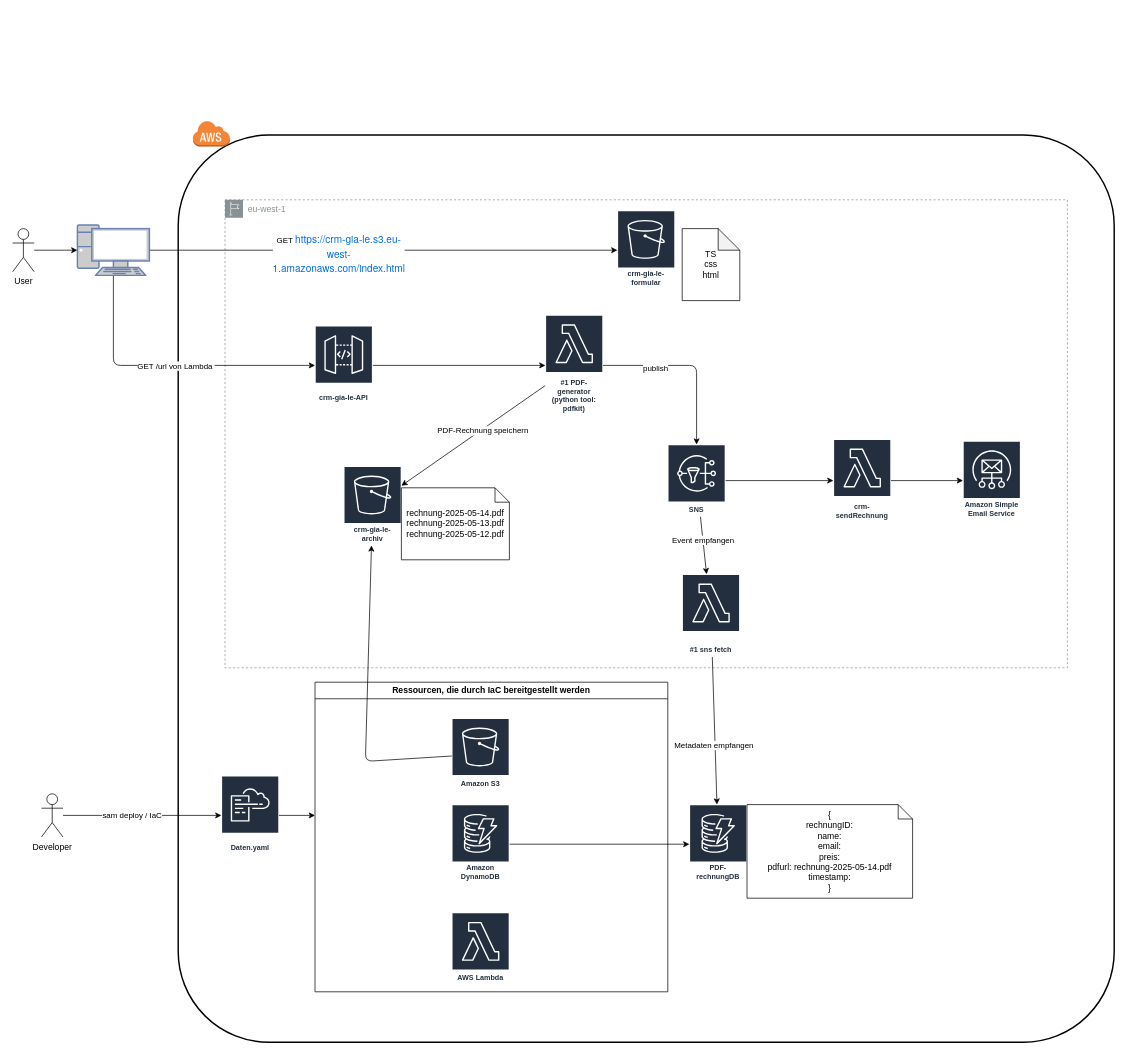
LeGia179/AWS_CRM keeps this draw.io diagram as crm-gia-le.drawio. Above is the earlier version. Source tidied: cells renumbered, new cells numbered last; positions are measured from the earlier drawing's top-left corner, leaving out a move shared by most shapes. Both pictures are drawn from the tidied source at 72%, with x=0, y=0 at pixel (12, 120).
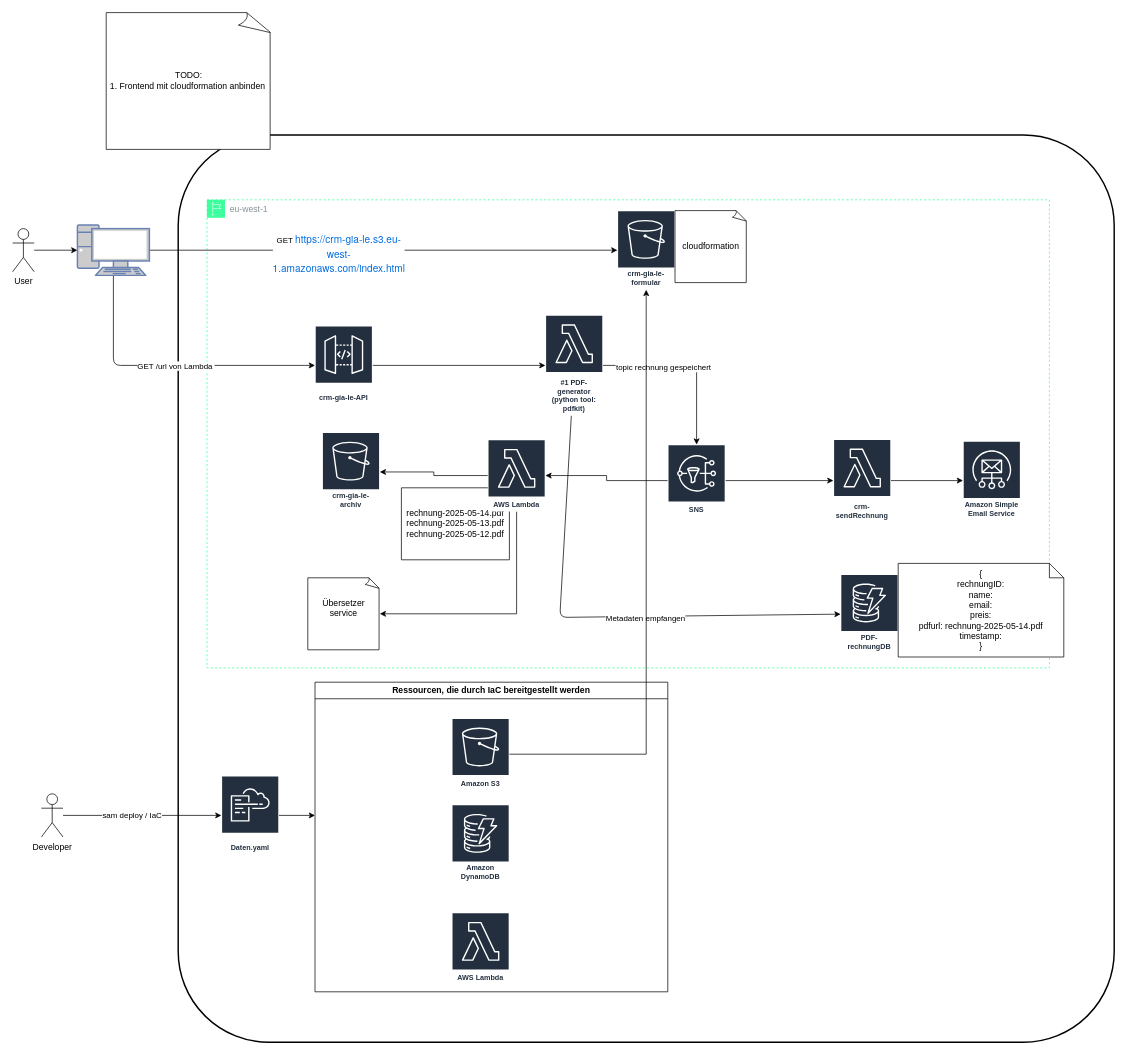
The same page after the edit.

Commit message (it also covers changes not shown here):
C&P yaml-datei hochladen und draw.io update

The change refers to these unchanged cells:
```xml
<mxCell id="7" value="crm-gia-le-formular" style="sketch=0;outlineConnect=0;fontColor=#232F3E;gradientColor=none;strokeColor=#ffffff;fillColor=#232F3E;dashed=0;verticalLabelPosition=middle;verticalAlign=bottom;align=center;html=1;whiteSpace=wrap;fontSize=10;fontStyle=1;spacing=3;shape=mxgraph.aws4.productIcon;prIcon=mxgraph.aws4.s3;" parent="1" vertex="1">
  <mxGeometry x="840" y="125" width="80" height="110" as="geometry" />
</mxCell>
<mxCell id="12" value="#1 PDF-generator (python tool: pdfkit)" style="sketch=0;outlineConnect=0;fontColor=#232F3E;gradientColor=none;strokeColor=#ffffff;fillColor=#232F3E;dashed=0;verticalLabelPosition=middle;verticalAlign=bottom;align=center;html=1;whiteSpace=wrap;fontSize=10;fontStyle=1;spacing=3;shape=mxgraph.aws4.productIcon;prIcon=mxgraph.aws4.lambda;" parent="1" vertex="1">
  <mxGeometry x="740" y="270" width="80" height="140" as="geometry" />
</mxCell>
<mxCell id="19" value="SNS" style="sketch=0;outlineConnect=0;fontColor=#232F3E;gradientColor=none;strokeColor=#ffffff;fillColor=#232F3E;dashed=0;verticalLabelPosition=middle;verticalAlign=bottom;align=center;html=1;whiteSpace=wrap;fontSize=10;fontStyle=1;spacing=3;shape=mxgraph.aws4.productIcon;prIcon=mxgraph.aws4.sns;" parent="1" vertex="1">
  <mxGeometry x="910" y="450" width="80" height="100" as="geometry" />
</mxCell>
<mxCell id="21" value="crm-sendRechnung" style="sketch=0;outlineConnect=0;fontColor=#232F3E;gradientColor=none;strokeColor=#ffffff;fillColor=#232F3E;dashed=0;verticalLabelPosition=middle;verticalAlign=bottom;align=center;html=1;whiteSpace=wrap;fontSize=10;fontStyle=1;spacing=3;shape=mxgraph.aws4.productIcon;prIcon=mxgraph.aws4.lambda;" parent="1" vertex="1">
  <mxGeometry x="1140" y="442.5" width="80" height="115" as="geometry" />
</mxCell>
<mxCell id="39" value="Amazon S3" style="sketch=0;outlineConnect=0;fontColor=#232F3E;gradientColor=none;strokeColor=#ffffff;fillColor=#232F3E;dashed=0;verticalLabelPosition=middle;verticalAlign=bottom;align=center;html=1;whiteSpace=wrap;fontSize=10;fontStyle=1;spacing=3;shape=mxgraph.aws4.productIcon;prIcon=mxgraph.aws4.s3;" parent="38" vertex="1">
  <mxGeometry x="190" y="50" width="80" height="100" as="geometry" />
</mxCell>
<mxCell id="41" value="Amazon DynamoDB" style="sketch=0;outlineConnect=0;fontColor=#232F3E;gradientColor=none;strokeColor=#ffffff;fillColor=#232F3E;dashed=0;verticalLabelPosition=middle;verticalAlign=bottom;align=center;html=1;whiteSpace=wrap;fontSize=10;fontStyle=1;spacing=3;shape=mxgraph.aws4.productIcon;prIcon=mxgraph.aws4.dynamodb;" parent="38" vertex="1">
  <mxGeometry x="190" y="170" width="80" height="110" as="geometry" />
</mxCell>
```

Change to the diagram source:
```diff
@@
-    <mxCell id="6" value="eu-west-1" style="sketch=0;gradientColor=none;html=1;whiteSpace=wrap;fontSize=12;fontStyle=0;shape=mxgraph.aws4.group;grIcon=mxgraph.aws4.group_region;strokeColor=light-dark(#879196,#15774C);fillColor=none;verticalAlign=top;align=left;spacingLeft=30;fontColor=#879196;dashed=1;" parent="1" vertex="1">
-      <mxGeometry x="295" y="110" width="1170" height="650" as="geometry" />
+    <mxCell id="6" value="eu-west-1" style="sketch=0;gradientColor=none;html=1;whiteSpace=wrap;fontSize=12;fontStyle=0;shape=mxgraph.aws4.group;grIcon=mxgraph.aws4.group_region;strokeColor=#3DFF9E;fillColor=none;verticalAlign=top;align=left;spacingLeft=30;fontColor=#879196;dashed=1;" parent="1" vertex="1">
+      <mxGeometry x="270" y="110" width="1170" height="650" as="geometry" />
     </mxCell>
@@
-    <mxCell id="8" style="edgeStyle=none;html=1;" parent="1" edge="1" source="12" target="19">
-      <mxGeometry relative="1" as="geometry">
-        <Array as="points">
-          <mxPoint x="950" y="340" />
-        </Array>
-      </mxGeometry>
-    </mxCell>
-    <mxCell id="9" value="publish" style="edgeLabel;html=1;align=center;verticalAlign=middle;" parent="8" vertex="1">
-      <mxGeometry x="-0.4" y="-3" relative="1" as="geometry" />
-    </mxCell>
-    <mxCell id="10" style="edgeStyle=none;html=1;" parent="1" edge="1" source="12" target="15">
-      <mxGeometry relative="1" as="geometry" />
-    </mxCell>
-    <mxCell id="11" value="PDF-Rechnung speichern" style="edgeLabel;html=1;align=center;verticalAlign=middle;" parent="10" vertex="1">
-      <mxGeometry x="-0.12" y="1" relative="1" as="geometry">
-        <mxPoint y="1" as="offset" />
-      </mxGeometry>
-    </mxCell>
+    <mxCell id="45" style="edgeStyle=orthogonalEdgeStyle;rounded=0;jettySize=auto;html=1;" parent="1" edge="1" source="12" target="19">
+      <mxGeometry relative="1" as="geometry" />
+    </mxCell>
+    <mxCell id="46" value="topic rechnung gespeichert" style="edgeLabel;html=1;align=center;verticalAlign=middle;" parent="45" vertex="1">
+      <mxGeometry x="-0.31" y="-2" relative="1" as="geometry" />
+    </mxCell>
@@
     <mxCell id="15" value="crm-gia-le-archiv" style="sketch=0;outlineConnect=0;fontColor=#232F3E;gradientColor=none;strokeColor=#ffffff;fillColor=#232F3E;dashed=0;verticalLabelPosition=middle;verticalAlign=bottom;align=center;html=1;whiteSpace=wrap;fontSize=10;fontStyle=1;spacing=3;shape=mxgraph.aws4.productIcon;prIcon=mxgraph.aws4.s3;" parent="1" vertex="1">
-      <mxGeometry x="460" y="480" width="80" height="110" as="geometry" />
+      <mxGeometry x="430" y="433" width="80" height="110" as="geometry" />
     </mxCell>
-    <mxCell id="16" style="edgeStyle=none;html=1;" parent="1" edge="1" source="19" target="30">
-      <mxGeometry relative="1" as="geometry" />
-    </mxCell>
-    <mxCell id="17" value="Event empfangen" style="edgeLabel;html=1;align=center;verticalAlign=middle;" parent="16" vertex="1">
-      <mxGeometry x="-0.15" relative="1" as="geometry">
-        <mxPoint y="-1" as="offset" />
-      </mxGeometry>
-    </mxCell>
+    <mxCell id="47" style="edgeStyle=orthogonalEdgeStyle;rounded=0;jettySize=auto;html=1;" parent="1" edge="1" source="19" target="50">
+      <mxGeometry relative="1" as="geometry" />
+    </mxCell>
-    <mxCell id="18" style="edgeStyle=none;html=1;" parent="1" edge="1" source="19" target="21">
+    <mxCell id="18" style="edgeStyle=orthogonalEdgeStyle;rounded=0;jettySize=auto;html=1;" parent="1" edge="1" source="19" target="21">
       <mxGeometry relative="1" as="geometry" />
     </mxCell>
@@
-    <mxCell id="28" style="edgeStyle=none;html=1;" parent="1" edge="1" source="30" target="31">
-      <mxGeometry relative="1" as="geometry" />
+    <mxCell id="28" style="edgeStyle=none;html=1;" parent="1" edge="1" source="12" target="31">
+      <mxGeometry relative="1" as="geometry">
+        <Array as="points">
+          <mxPoint x="760" y="690" />
+        </Array>
+      </mxGeometry>
     </mxCell>
@@
-    <mxCell id="30" value="#1 sns fetch" style="sketch=0;outlineConnect=0;fontColor=#232F3E;gradientColor=none;strokeColor=#ffffff;fillColor=#232F3E;dashed=0;verticalLabelPosition=middle;verticalAlign=bottom;align=center;html=1;whiteSpace=wrap;fontSize=10;fontStyle=1;spacing=3;shape=mxgraph.aws4.productIcon;prIcon=mxgraph.aws4.lambda;" parent="1" vertex="1">
-      <mxGeometry x="930" y="630" width="80" height="115" as="geometry" />
-    </mxCell>
     <mxCell id="31" value="PDF-rechnungDB" style="sketch=0;outlineConnect=0;fontColor=#232F3E;gradientColor=none;strokeColor=#ffffff;fillColor=#232F3E;dashed=0;verticalLabelPosition=middle;verticalAlign=bottom;align=center;html=1;whiteSpace=wrap;fontSize=10;fontStyle=1;spacing=3;shape=mxgraph.aws4.productIcon;prIcon=mxgraph.aws4.dynamodb;" parent="1" vertex="1">
-      <mxGeometry x="940" y="950" width="80" height="110" as="geometry" />
+      <mxGeometry x="1150" y="630" width="80" height="110" as="geometry" />
     </mxCell>
@@
-    <mxCell id="37" style="edgeStyle=none;html=1;" parent="1" edge="1" source="41" target="31">
-      <mxGeometry relative="1" as="geometry" />
-    </mxCell>
@@
-    <mxCell id="42" style="edgeStyle=none;html=1;" parent="1" edge="1" source="39" target="15">
-      <mxGeometry relative="1" as="geometry">
-        <Array as="points">
-          <mxPoint x="490" y="890" />
-        </Array>
-      </mxGeometry>
-    </mxCell>
@@
     <mxCell id="44" value="{&lt;div&gt;rechnungID:&lt;/div&gt;&lt;div&gt;name:&lt;/div&gt;&lt;div&gt;email:&lt;/div&gt;&lt;div&gt;preis:&lt;/div&gt;&lt;div&gt;pdfurl:&amp;nbsp;&lt;span style=&quot;color: rgb(0, 0, 0); background-color: transparent;&quot;&gt;rechnung-2025-05-14.pdf&lt;/span&gt;&lt;/div&gt;&lt;div&gt;timestamp:&lt;/div&gt;&lt;div&gt;}&lt;/div&gt;" style="shape=note;size=20;whiteSpace=wrap;html=1;" parent="1" vertex="1">
-      <mxGeometry x="1020" y="950" width="230" height="130" as="geometry" />
+      <mxGeometry x="1230" y="615" width="230" height="130" as="geometry" />
     </mxCell>
-    <mxCell id="45" value="TS&lt;br&gt;css&lt;br&gt;html" style="shape=note;whiteSpace=wrap;html=1;backgroundOutline=1;darkOpacity=0.05;" parent="1" vertex="1">
-      <mxGeometry x="930" y="150" width="80" height="100" as="geometry" />
-    </mxCell>
+    <mxCell id="48" style="edgeStyle=orthogonalEdgeStyle;rounded=0;jettySize=auto;html=1;" parent="1" edge="1" source="50" target="15">
+      <mxGeometry relative="1" as="geometry" />
+    </mxCell>
+    <mxCell id="49" style="edgeStyle=orthogonalEdgeStyle;rounded=0;jettySize=auto;html=1;" parent="1" edge="1" source="50" target="52">
+      <mxGeometry relative="1" as="geometry">
+        <Array as="points">
+          <mxPoint x="700" y="685" />
+        </Array>
+      </mxGeometry>
+    </mxCell>
+    <mxCell id="50" value="AWS Lambda" style="sketch=0;outlineConnect=0;fontColor=#232F3E;gradientColor=none;strokeColor=#ffffff;fillColor=#232F3E;dashed=0;verticalLabelPosition=middle;verticalAlign=bottom;align=center;html=1;whiteSpace=wrap;fontSize=10;fontStyle=1;spacing=3;shape=mxgraph.aws4.productIcon;prIcon=mxgraph.aws4.lambda;" parent="1" vertex="1">
+      <mxGeometry x="660" y="443" width="80" height="100" as="geometry" />
+    </mxCell>
+    <mxCell id="51" style="edgeStyle=orthogonalEdgeStyle;rounded=0;jettySize=auto;html=1;" parent="1" edge="1" source="39" target="7">
+      <mxGeometry relative="1" as="geometry" />
+    </mxCell>
+    <mxCell id="52" value="Übersetzer service&lt;br&gt;&lt;br&gt;" style="whiteSpace=wrap;html=1;shape=mxgraph.basic.document;" parent="1" vertex="1">
+      <mxGeometry x="410" y="635" width="100" height="100" as="geometry" />
+    </mxCell>
+    <mxCell id="53" value="cloudformation" style="whiteSpace=wrap;html=1;shape=mxgraph.basic.document;" parent="1" vertex="1">
+      <mxGeometry x="920" y="125" width="100" height="100" as="geometry" />
+    </mxCell>
+    <mxCell id="54" value="TODO:&lt;br&gt;1. Frontend mit cloudformation anbinden&amp;nbsp;&lt;br&gt;" style="whiteSpace=wrap;html=1;shape=mxgraph.basic.document;" parent="1" vertex="1">
+      <mxGeometry x="130" y="-150" width="230" height="190" as="geometry" />
+    </mxCell>
```
